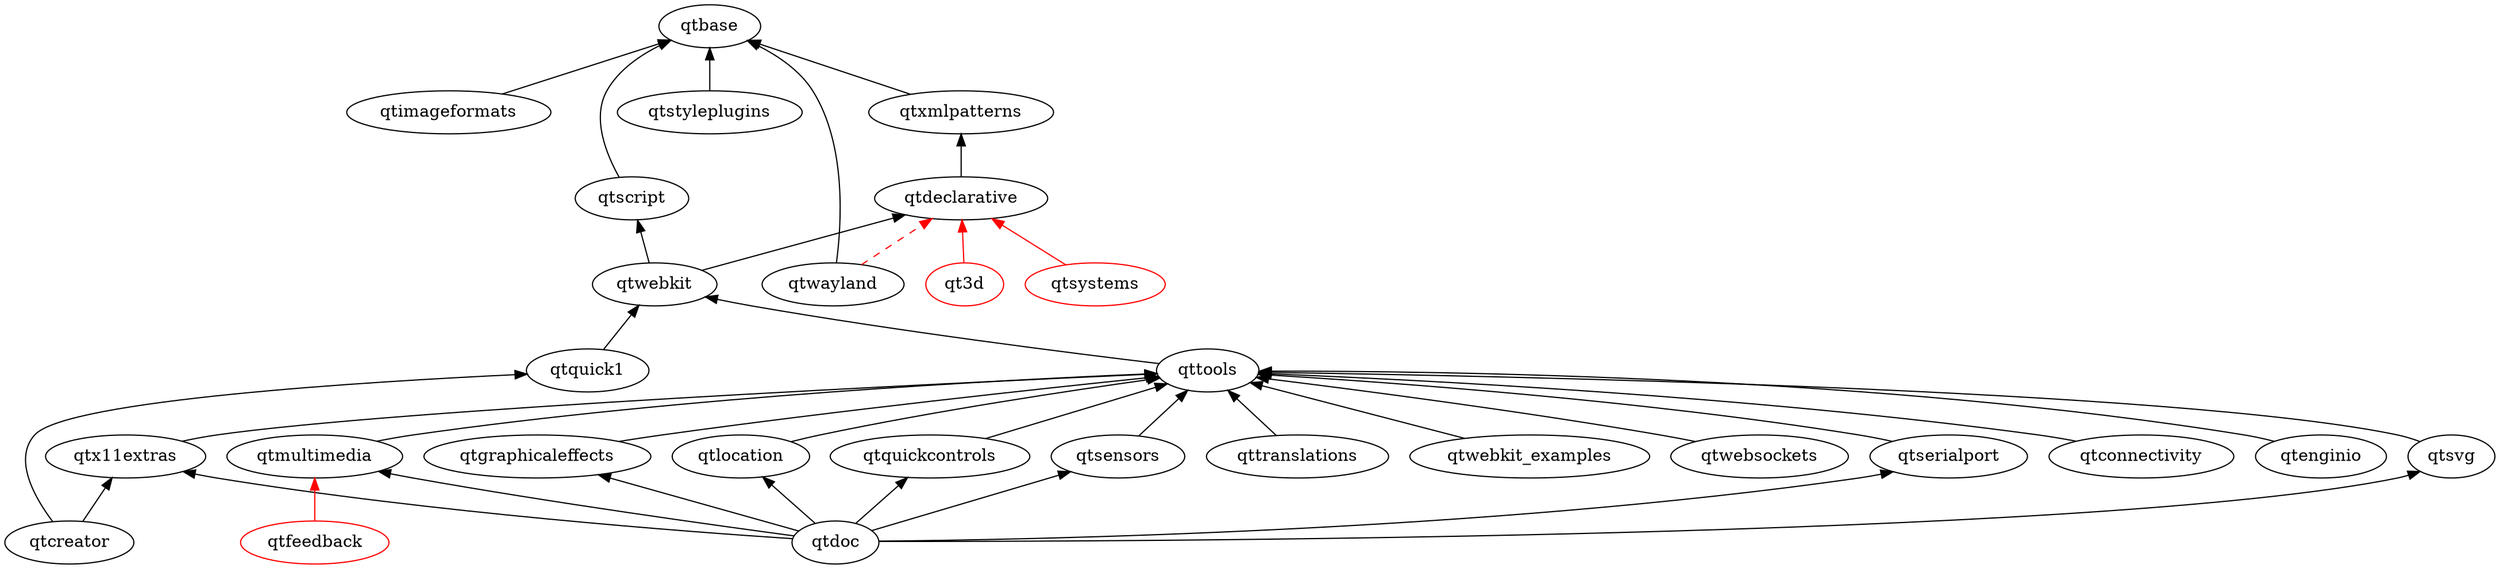
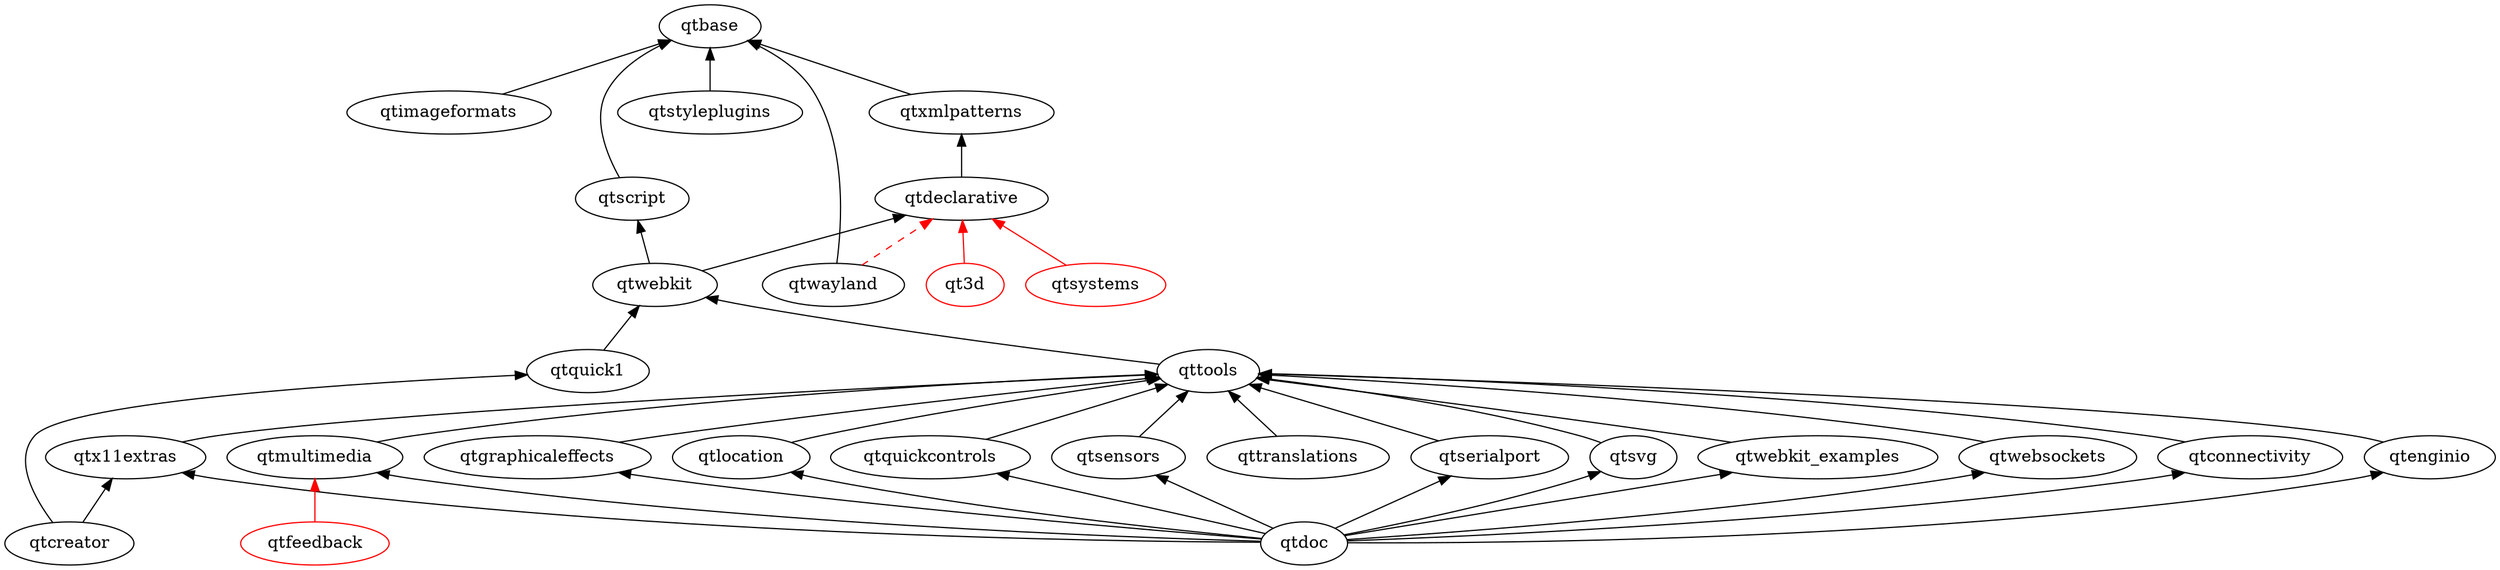
digraph qt5 {
  graph [
    rankdir = "BT"
  ]

  qt3d [ color = red ]
  qtbase
  qtconnectivity
  qtcreator
  qtdeclarative
  qtdoc
  qtenginio
  qtfeedback [ color = red ]
  qtgraphicaleffects
  qtimageformats
  qtlocation
  qtmultimedia
  qtquick1
  qtquickcontrols
  qtscript
  qtsensors
  qtserialport
  qtstyleplugins
  qtsvg
  qtsystems [ color = red ]
  qttools
  qttranslations
  qtwayland
  qtwebkit
  qtwebkit_examples
  qtwebsockets
  qtx11extras
  qtxmlpatterns

  qtconnectivity -> qttools
  qtcreator -> qtx11extras
  qtcreator -> qtquick1
  qtdeclarative -> qtxmlpatterns
  qtdoc -> qtgraphicaleffects
  qtdoc -> qtmultimedia
  qtdoc -> qtlocation
  qtdoc -> qtquickcontrols
  qtdoc -> qtsensors
  qtdoc -> qtserialport
  qtdoc -> qtsvg
  qtdoc -> qtx11extras
+   qtdoc -> qtwebkit_examples
+   qtdoc -> qtwebsockets
+   qtdoc -> qtconnectivity
+   qtdoc -> qtenginio
  qtenginio -> qttools
  qtgraphicaleffects -> qttools
  qtimageformats -> qtbase
  qtmultimedia -> qttools
  qtquick1 -> qtwebkit
  qtquickcontrols -> qttools
  qtsensors -> qttools
  qtserialport -> qttools
  qtscript -> qtbase
  qtstyleplugins -> qtbase
  qtsvg -> qttools
  qttools -> qtwebkit
  qttranslations -> qttools
  qtwayland -> qtbase
  qtwebkit -> qtscript
  qtwebkit -> qtdeclarative
  qtwebkit_examples -> qttools
  qtwebsockets -> qttools
  qtx11extras -> qttools
  qtxmlpatterns -> qtbase
  qtlocation -> qttools

  // unsure/not-uploaded
  qt3d -> qtdeclarative [ color = red ]
  qtfeedback -> qtmultimedia [ color = red ]
  qtsystems -> qtdeclarative [ color = red ]
  qtwayland -> qtdeclarative [ color = red style = dashed ]
}
